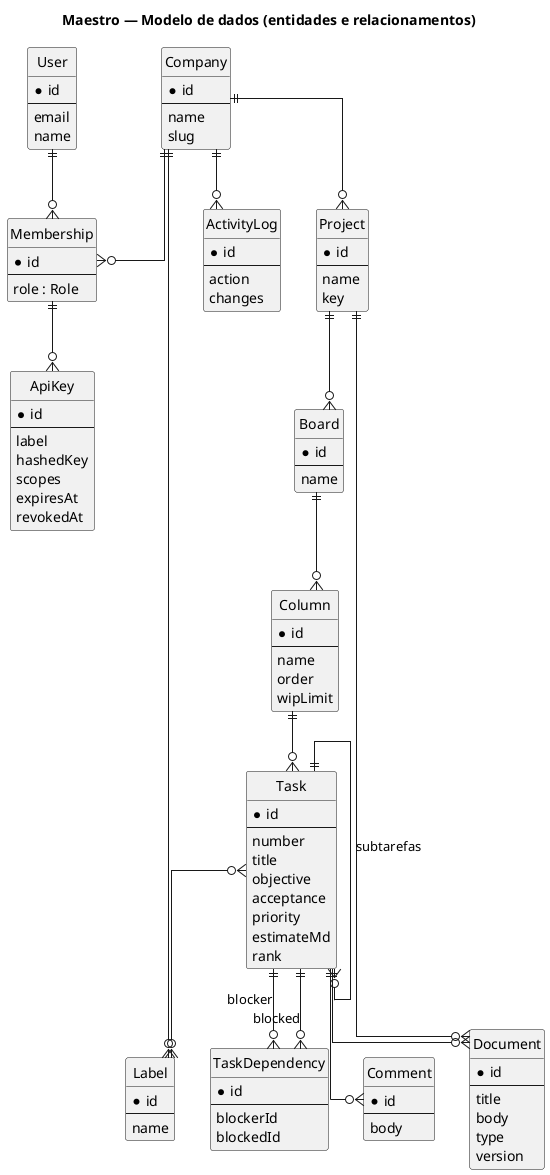
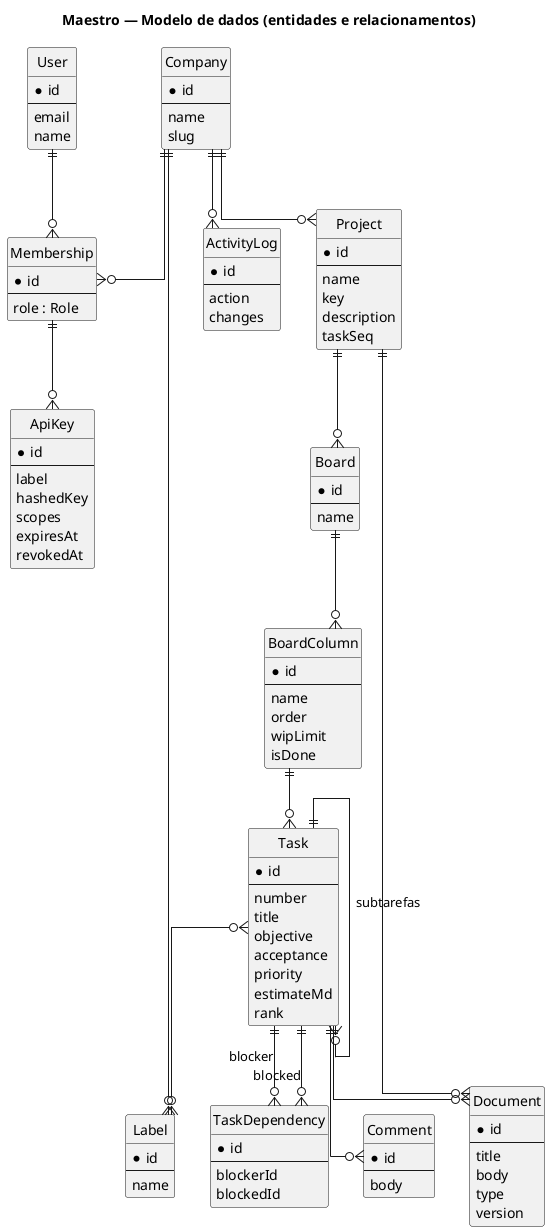
@startuml modelo-dados
title Maestro — Modelo de dados (entidades e relacionamentos)
skinparam backgroundColor transparent
skinparam shadowing false
skinparam defaultFontName sans-serif
hide circle
skinparam linetype ortho

entity User {
  * id
  --
  email
  name
}
entity Company {
  * id
  --
  name
  slug
}
entity Membership {
  * id
  --
  role : Role
}
entity ApiKey {
  * id
  --
  label
  hashedKey
  scopes
  expiresAt
  revokedAt
}
entity Project {
  * id
  --
  name
  key
+   description
+   taskSeq
}
entity Board {
  * id
  --
  name
}
- entity Column {
+ entity BoardColumn {
  * id
  --
  name
  order
  wipLimit
+   isDone
}
entity Task {
  * id
  --
  number
  title
  objective
  acceptance
  priority
  estimateMd
  rank
}
entity TaskDependency {
  * id
  --
  blockerId
  blockedId
}
entity Document {
  * id
  --
  title
  body
  type
  version
}
entity Comment {
  * id
  --
  body
}
entity Label {
  * id
  --
  name
}
entity ActivityLog {
  * id
  --
  action
  changes
}

User     ||--o{ Membership
Company  ||--o{ Membership
Membership ||--o{ ApiKey
Company  ||--o{ Project
Project  ||--o{ Board
- Board    ||--o{ Column
- Column   ||--o{ Task
+ Board    ||--o{ BoardColumn
+ BoardColumn ||--o{ Task
Task     ||--o{ Task : subtarefas
Task     ||--o{ TaskDependency : blocker
Task     ||--o{ TaskDependency : blocked
Project  ||--o{ Document
Task     ||--o{ Document
Task     ||--o{ Comment
Company  ||--o{ Label
Task     }o--o{ Label
Company  ||--o{ ActivityLog
@enduml
